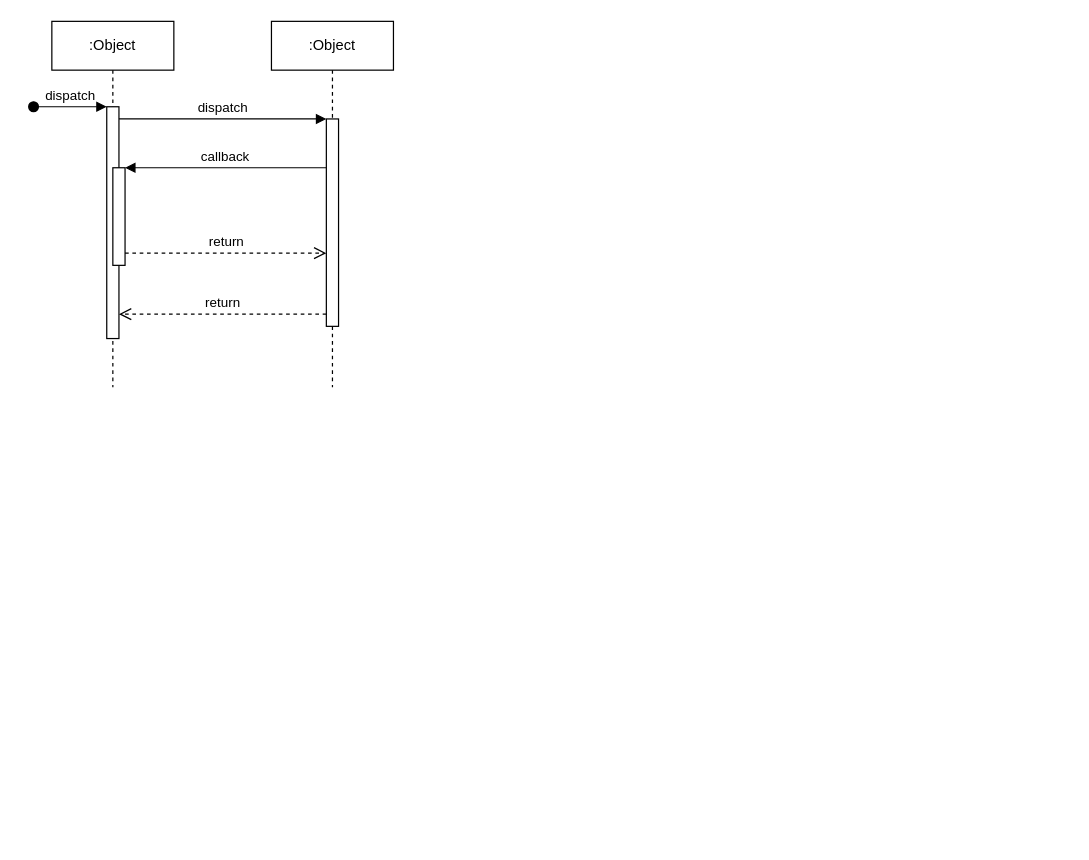
Before: doc/未命名绘图.drawio in miniants/mini-boot, a draw.io diagram. Source tidied: cells renumbered, new cells numbered last; positions are measured from the earlier drawing's top-left corner, leaving out a move shared by most shapes. Both pictures are drawn from the tidied source at 122%, with x=0, y=0 at pixel (33, 21).
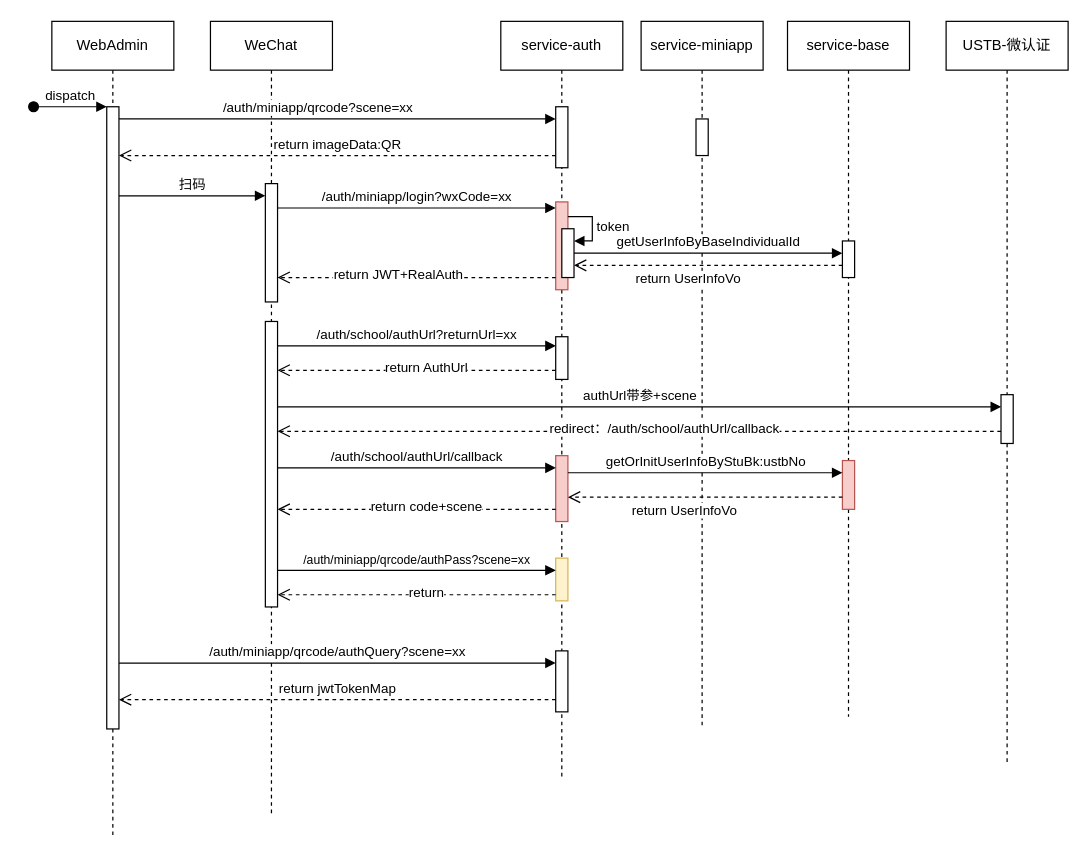
The same diagram, later.

Commit message:
更新未命名绘图.drawio

The edit, as a diff of the source:
```diff
@@
-    <mxCell id="2" value=":Object" style="shape=umlLifeline;perimeter=lifelinePerimeter;whiteSpace=wrap;html=1;newEdgeStyle={&quot;edgeStyle&quot;:&quot;elbowEdgeStyle&quot;,&quot;elbow&quot;:&quot;vertical&quot;,&quot;curved&quot;:0,&quot;rounded&quot;:0};" parent="1" vertex="1">
-      <mxGeometry x="15" width="100" height="300" as="geometry" />
+    <mxCell id="2" value="WebAdmin" style="shape=umlLifeline;perimeter=lifelinePerimeter;whiteSpace=wrap;html=1;newEdgeStyle={&quot;edgeStyle&quot;:&quot;elbowEdgeStyle&quot;,&quot;elbow&quot;:&quot;vertical&quot;,&quot;curved&quot;:0,&quot;rounded&quot;:0};" parent="1" vertex="1">
+      <mxGeometry x="15" width="100" height="670" as="geometry" />
     </mxCell>
     <mxCell id="3" style="html=1;points=[];perimeter=orthogonalPerimeter;outlineConnect=0;targetShapes=umlLifeline;portConstraint=eastwest;newEdgeStyle={&quot;edgeStyle&quot;:&quot;elbowEdgeStyle&quot;,&quot;elbow&quot;:&quot;vertical&quot;,&quot;curved&quot;:0,&quot;rounded&quot;:0};" parent="2" vertex="1">
-      <mxGeometry x="45" y="70" width="10" height="190" as="geometry" />
+      <mxGeometry x="45" y="70" width="10" height="510" as="geometry" />
     </mxCell>
@@
-    <mxCell id="5" style="html=1;points=[];perimeter=orthogonalPerimeter;outlineConnect=0;targetShapes=umlLifeline;portConstraint=eastwest;newEdgeStyle={&quot;edgeStyle&quot;:&quot;elbowEdgeStyle&quot;,&quot;elbow&quot;:&quot;vertical&quot;,&quot;curved&quot;:0,&quot;rounded&quot;:0};" parent="2" vertex="1">
-      <mxGeometry x="50" y="120" width="10" height="80" as="geometry" />
-    </mxCell>
-    <mxCell id="6" value=":Object" style="shape=umlLifeline;perimeter=lifelinePerimeter;whiteSpace=wrap;html=1;newEdgeStyle={&quot;edgeStyle&quot;:&quot;elbowEdgeStyle&quot;,&quot;elbow&quot;:&quot;vertical&quot;,&quot;curved&quot;:0,&quot;rounded&quot;:0};" parent="1" vertex="1">
-      <mxGeometry x="195" width="100" height="300" as="geometry" />
+    <mxCell id="6" value="WeChat" style="shape=umlLifeline;perimeter=lifelinePerimeter;whiteSpace=wrap;html=1;newEdgeStyle={&quot;edgeStyle&quot;:&quot;elbowEdgeStyle&quot;,&quot;elbow&quot;:&quot;vertical&quot;,&quot;curved&quot;:0,&quot;rounded&quot;:0};" parent="1" vertex="1">
+      <mxGeometry x="145" width="100" height="650" as="geometry" />
     </mxCell>
     <mxCell id="7" style="html=1;points=[];perimeter=orthogonalPerimeter;outlineConnect=0;targetShapes=umlLifeline;portConstraint=eastwest;newEdgeStyle={&quot;edgeStyle&quot;:&quot;elbowEdgeStyle&quot;,&quot;elbow&quot;:&quot;vertical&quot;,&quot;curved&quot;:0,&quot;rounded&quot;:0};" parent="6" vertex="1">
-      <mxGeometry x="45" y="80" width="10" height="170" as="geometry" />
+      <mxGeometry x="45" y="133" width="10" height="97" as="geometry" />
     </mxCell>
+    <mxCell id="12" style="html=1;points=[];perimeter=orthogonalPerimeter;outlineConnect=0;targetShapes=umlLifeline;portConstraint=eastwest;newEdgeStyle={&quot;edgeStyle&quot;:&quot;elbowEdgeStyle&quot;,&quot;elbow&quot;:&quot;vertical&quot;,&quot;curved&quot;:0,&quot;rounded&quot;:0};" parent="6" vertex="1">
+      <mxGeometry x="45" y="246" width="10" height="234" as="geometry" />
+    </mxCell>
-    <mxCell id="8" value="dispatch" style="html=1;verticalAlign=bottom;endArrow=block;edgeStyle=elbowEdgeStyle;elbow=vertical;curved=0;rounded=0;" parent="1" edge="1" source="3" target="7">
-      <mxGeometry relative="1" as="geometry">
+    <mxCell id="8" value="/auth/miniapp/qrcode?scene=xx" style="html=1;verticalAlign=bottom;endArrow=block;edgeStyle=elbowEdgeStyle;elbow=vertical;curved=0;rounded=0;" parent="1" edge="1" source="3" target="14">
+      <mxGeometry x="-0.09" relative="1" as="geometry">
         <Array as="points">
           <mxPoint x="155" y="80" />
         </Array>
       </mxGeometry>
     </mxCell>
-    <mxCell id="9" value="return" style="html=1;verticalAlign=bottom;endArrow=open;dashed=1;endSize=8;edgeStyle=elbowEdgeStyle;elbow=vertical;curved=0;rounded=0;" parent="1" edge="1" source="7" target="3">
+    <mxCell id="9" value="return imageData:QR" style="html=1;verticalAlign=bottom;endArrow=open;dashed=1;endSize=8;edgeStyle=elbowEdgeStyle;elbow=vertical;curved=0;rounded=0;" parent="1" edge="1" source="14" target="3">
       <mxGeometry relative="1" as="geometry">
         <Array as="points">
+          <mxPoint x="155" y="110" />
           <mxPoint x="165" y="240" />
         </Array>
       </mxGeometry>
     </mxCell>
-    <mxCell id="10" value="callback" style="html=1;verticalAlign=bottom;endArrow=block;edgeStyle=elbowEdgeStyle;elbow=vertical;curved=0;rounded=0;" parent="1" edge="1" source="7" target="5">
-      <mxGeometry relative="1" as="geometry">
-        <Array as="points">
-          <mxPoint x="165" y="120" />
-        </Array>
-      </mxGeometry>
-    </mxCell>
+    <mxCell id="13" value="service-auth" style="shape=umlLifeline;perimeter=lifelinePerimeter;whiteSpace=wrap;html=1;newEdgeStyle={&quot;edgeStyle&quot;:&quot;elbowEdgeStyle&quot;,&quot;elbow&quot;:&quot;vertical&quot;,&quot;curved&quot;:0,&quot;rounded&quot;:0};" parent="1" vertex="1">
+      <mxGeometry x="383" width="100" height="620" as="geometry" />
+    </mxCell>
+    <mxCell id="14" style="html=1;points=[];perimeter=orthogonalPerimeter;outlineConnect=0;targetShapes=umlLifeline;portConstraint=eastwest;newEdgeStyle={&quot;edgeStyle&quot;:&quot;elbowEdgeStyle&quot;,&quot;elbow&quot;:&quot;vertical&quot;,&quot;curved&quot;:0,&quot;rounded&quot;:0};" parent="13" vertex="1">
+      <mxGeometry x="45" y="70" width="10" height="50" as="geometry" />
+    </mxCell>
+    <mxCell id="15" style="html=1;points=[];perimeter=orthogonalPerimeter;outlineConnect=0;targetShapes=umlLifeline;portConstraint=eastwest;newEdgeStyle={&quot;edgeStyle&quot;:&quot;elbowEdgeStyle&quot;,&quot;elbow&quot;:&quot;vertical&quot;,&quot;curved&quot;:0,&quot;rounded&quot;:0};" parent="13" vertex="1">
+      <mxGeometry x="45" y="516" width="10" height="50" as="geometry" />
+    </mxCell>
+    <mxCell id="16" style="html=1;points=[];perimeter=orthogonalPerimeter;outlineConnect=0;targetShapes=umlLifeline;portConstraint=eastwest;newEdgeStyle={&quot;edgeStyle&quot;:&quot;elbowEdgeStyle&quot;,&quot;elbow&quot;:&quot;vertical&quot;,&quot;curved&quot;:0,&quot;rounded&quot;:0};fillColor=#f8cecc;strokeColor=#b85450;" parent="13" vertex="1">
+      <mxGeometry x="45" y="148" width="10" height="72" as="geometry" />
+    </mxCell>
+    <mxCell id="17" style="html=1;points=[];perimeter=orthogonalPerimeter;outlineConnect=0;targetShapes=umlLifeline;portConstraint=eastwest;newEdgeStyle={&quot;edgeStyle&quot;:&quot;elbowEdgeStyle&quot;,&quot;elbow&quot;:&quot;vertical&quot;,&quot;curved&quot;:0,&quot;rounded&quot;:0};" parent="13" vertex="1">
+      <mxGeometry x="45" y="258.5" width="10" height="35" as="geometry" />
+    </mxCell>
+    <mxCell id="18" style="html=1;points=[];perimeter=orthogonalPerimeter;outlineConnect=0;targetShapes=umlLifeline;portConstraint=eastwest;newEdgeStyle={&quot;edgeStyle&quot;:&quot;elbowEdgeStyle&quot;,&quot;elbow&quot;:&quot;vertical&quot;,&quot;curved&quot;:0,&quot;rounded&quot;:0};fillColor=#f8cecc;strokeColor=#b85450;" parent="13" vertex="1">
+      <mxGeometry x="45" y="356" width="10" height="54" as="geometry" />
+    </mxCell>
+    <mxCell id="19" style="html=1;points=[];perimeter=orthogonalPerimeter;outlineConnect=0;targetShapes=umlLifeline;portConstraint=eastwest;newEdgeStyle={&quot;edgeStyle&quot;:&quot;elbowEdgeStyle&quot;,&quot;elbow&quot;:&quot;vertical&quot;,&quot;curved&quot;:0,&quot;rounded&quot;:0};" parent="13" vertex="1">
+      <mxGeometry x="50" y="170" width="10" height="40" as="geometry" />
+    </mxCell>
+    <mxCell id="20" value="token" style="html=1;align=left;spacingLeft=2;endArrow=block;rounded=0;edgeStyle=orthogonalEdgeStyle;curved=0;rounded=0;" parent="13" edge="1" source="16" target="19">
+      <mxGeometry relative="1" as="geometry">
+        <Array as="points">
+          <mxPoint x="75" y="160" />
+          <mxPoint x="75" y="180" />
+        </Array>
+      </mxGeometry>
+    </mxCell>
+    <mxCell id="21" style="html=1;points=[];perimeter=orthogonalPerimeter;outlineConnect=0;targetShapes=umlLifeline;portConstraint=eastwest;newEdgeStyle={&quot;edgeStyle&quot;:&quot;elbowEdgeStyle&quot;,&quot;elbow&quot;:&quot;vertical&quot;,&quot;curved&quot;:0,&quot;rounded&quot;:0};fillColor=#fff2cc;strokeColor=#d6b656;" parent="13" vertex="1">
+      <mxGeometry x="45" y="440" width="10" height="35" as="geometry" />
+    </mxCell>
+    <mxCell id="22" value="service-miniapp" style="shape=umlLifeline;perimeter=lifelinePerimeter;whiteSpace=wrap;html=1;newEdgeStyle={&quot;edgeStyle&quot;:&quot;elbowEdgeStyle&quot;,&quot;elbow&quot;:&quot;vertical&quot;,&quot;curved&quot;:0,&quot;rounded&quot;:0};" parent="1" vertex="1">
+      <mxGeometry x="498" width="100" height="580" as="geometry" />
+    </mxCell>
+    <mxCell id="23" style="html=1;perimeter=orthogonalPerimeter;targetShapes=umlLifeline;newEdgeStyle={&quot;edgeStyle&quot;:&quot;elbowEdgeStyle&quot;,&quot;elbow&quot;:&quot;vertical&quot;,&quot;curved&quot;:0,&quot;rounded&quot;:0};" parent="22" vertex="1">
+      <mxGeometry x="45" y="80" width="10" height="30" as="geometry" />
+    </mxCell>
+    <mxCell id="24" value="service-base" style="shape=umlLifeline;perimeter=lifelinePerimeter;whiteSpace=wrap;html=1;newEdgeStyle={&quot;edgeStyle&quot;:&quot;elbowEdgeStyle&quot;,&quot;elbow&quot;:&quot;vertical&quot;,&quot;curved&quot;:0,&quot;rounded&quot;:0};" parent="1" vertex="1">
+      <mxGeometry x="618" width="100" height="570" as="geometry" />
+    </mxCell>
+    <mxCell id="25" style="html=1;points=[];perimeter=orthogonalPerimeter;outlineConnect=0;targetShapes=umlLifeline;portConstraint=eastwest;newEdgeStyle={&quot;edgeStyle&quot;:&quot;elbowEdgeStyle&quot;,&quot;elbow&quot;:&quot;vertical&quot;,&quot;curved&quot;:0,&quot;rounded&quot;:0};" parent="24" vertex="1">
+      <mxGeometry x="45" y="180" width="10" height="30" as="geometry" />
+    </mxCell>
+    <mxCell id="26" style="html=1;points=[];perimeter=orthogonalPerimeter;outlineConnect=0;targetShapes=umlLifeline;portConstraint=eastwest;newEdgeStyle={&quot;edgeStyle&quot;:&quot;elbowEdgeStyle&quot;,&quot;elbow&quot;:&quot;vertical&quot;,&quot;curved&quot;:0,&quot;rounded&quot;:0};fillColor=#f8cecc;strokeColor=#b85450;" parent="24" vertex="1">
+      <mxGeometry x="45" y="360" width="10" height="40" as="geometry" />
+    </mxCell>
+    <mxCell id="27" value="/auth/miniapp/qrcode/authQuery?scene=xx" style="html=1;verticalAlign=bottom;endArrow=block;edgeStyle=elbowEdgeStyle;elbow=vertical;curved=0;rounded=0;" parent="1" edge="1" target="15">
+      <mxGeometry relative="1" as="geometry">
+        <mxPoint x="70" y="526" as="sourcePoint" />
+        <Array as="points">
+          <mxPoint x="335" y="526" />
+        </Array>
+      </mxGeometry>
+    </mxCell>
+    <mxCell id="28" value="return&amp;nbsp;jwtTokenMap" style="html=1;verticalAlign=bottom;endArrow=open;dashed=1;endSize=8;edgeStyle=elbowEdgeStyle;elbow=vertical;curved=0;rounded=0;" parent="1" edge="1" source="15">
+      <mxGeometry relative="1" as="geometry">
+        <mxPoint x="70" y="556" as="targetPoint" />
+        <Array as="points">
+          <mxPoint x="160" y="556" />
+          <mxPoint x="170" y="686" />
+        </Array>
+      </mxGeometry>
+    </mxCell>
+    <mxCell id="29" value="扫码" style="html=1;verticalAlign=bottom;endArrow=block;edgeStyle=elbowEdgeStyle;elbow=vertical;curved=0;rounded=0;" parent="1" edge="1" target="7">
+      <mxGeometry relative="1" as="geometry">
+        <mxPoint x="70" y="143" as="sourcePoint" />
+        <Array as="points">
+          <mxPoint x="155" y="143" />
+        </Array>
+      </mxGeometry>
+    </mxCell>
+    <mxCell id="30" value="return JWT+RealAuth" style="html=1;verticalAlign=bottom;endArrow=open;dashed=1;endSize=8;edgeStyle=elbowEdgeStyle;elbow=vertical;curved=0;rounded=0;" parent="1" edge="1" source="16" target="7">
+      <mxGeometry x="0.13" y="7" relative="1" as="geometry">
+        <Array as="points">
+          <mxPoint x="295" y="210" />
+        </Array>
+      </mxGeometry>
+    </mxCell>
+    <mxCell id="31" value="/auth/miniapp/login?wxCode=xx" style="html=1;verticalAlign=bottom;endArrow=block;edgeStyle=elbowEdgeStyle;elbow=vertical;curved=0;rounded=0;" parent="1" edge="1" source="7" target="16">
+      <mxGeometry relative="1" as="geometry">
+        <Array as="points">
+          <mxPoint x="290" y="153" />
+        </Array>
+      </mxGeometry>
+    </mxCell>
+    <mxCell id="32" value="USTB-微认证" style="shape=umlLifeline;perimeter=lifelinePerimeter;whiteSpace=wrap;html=1;newEdgeStyle={&quot;edgeStyle&quot;:&quot;elbowEdgeStyle&quot;,&quot;elbow&quot;:&quot;vertical&quot;,&quot;curved&quot;:0,&quot;rounded&quot;:0};" parent="1" vertex="1">
+      <mxGeometry x="748" width="100" height="610" as="geometry" />
+    </mxCell>
+    <mxCell id="33" style="html=1;points=[];perimeter=orthogonalPerimeter;outlineConnect=0;targetShapes=umlLifeline;portConstraint=eastwest;newEdgeStyle={&quot;edgeStyle&quot;:&quot;elbowEdgeStyle&quot;,&quot;elbow&quot;:&quot;vertical&quot;,&quot;curved&quot;:0,&quot;rounded&quot;:0};" parent="32" vertex="1">
+      <mxGeometry x="45" y="306" width="10" height="40" as="geometry" />
+    </mxCell>
+    <mxCell id="34" value="/auth/school/authUrl?returnUrl=xx" style="html=1;verticalAlign=bottom;endArrow=block;edgeStyle=elbowEdgeStyle;elbow=vertical;curved=0;rounded=0;" parent="1" edge="1" source="12" target="17">
+      <mxGeometry relative="1" as="geometry">
+        <Array as="points">
+          <mxPoint x="275" y="266" />
+          <mxPoint x="290" y="196" />
+        </Array>
+      </mxGeometry>
+    </mxCell>
+    <mxCell id="35" value="return AuthUrl" style="html=1;verticalAlign=bottom;endArrow=open;dashed=1;endSize=8;edgeStyle=elbowEdgeStyle;elbow=vertical;curved=0;rounded=0;" parent="1" edge="1" source="17" target="12">
+      <mxGeometry x="-0.07" y="7" relative="1" as="geometry">
+        <Array as="points">
+          <mxPoint x="300" y="286" />
+        </Array>
+      </mxGeometry>
+    </mxCell>
+    <mxCell id="36" value="authUrl带参+scene" style="html=1;verticalAlign=bottom;endArrow=block;edgeStyle=elbowEdgeStyle;elbow=vertical;curved=0;rounded=0;" parent="1" edge="1" source="12" target="33">
+      <mxGeometry relative="1" as="geometry">
+        <Array as="points">
+          <mxPoint x="280" y="316" />
+          <mxPoint x="295" y="246" />
+        </Array>
+      </mxGeometry>
+    </mxCell>
+    <mxCell id="37" value="redirect：/auth/school/authUrl/callback" style="html=1;verticalAlign=bottom;endArrow=open;dashed=1;endSize=8;edgeStyle=elbowEdgeStyle;elbow=vertical;curved=0;rounded=0;" parent="1" edge="1" source="33" target="12">
+      <mxGeometry x="-0.07" y="7" relative="1" as="geometry">
+        <Array as="points">
+          <mxPoint x="545" y="336" />
+        </Array>
+      </mxGeometry>
+    </mxCell>
+    <mxCell id="38" value="/auth/school/authUrl/callback" style="html=1;verticalAlign=bottom;endArrow=block;edgeStyle=elbowEdgeStyle;elbow=vertical;curved=0;rounded=0;" parent="1" edge="1" source="12" target="18">
+      <mxGeometry relative="1" as="geometry">
+        <Array as="points">
+          <mxPoint x="270" y="366" />
+          <mxPoint x="285" y="296" />
+        </Array>
+      </mxGeometry>
+    </mxCell>
+    <mxCell id="39" value="return code+scene" style="html=1;verticalAlign=bottom;endArrow=open;dashed=1;endSize=8;edgeStyle=elbowEdgeStyle;elbow=vertical;curved=0;rounded=0;" parent="1" edge="1" source="18" target="12">
+      <mxGeometry x="-0.07" y="7" relative="1" as="geometry">
+        <Array as="points">
+          <mxPoint x="395" y="400" />
+          <mxPoint x="295" y="386" />
+        </Array>
+      </mxGeometry>
+    </mxCell>
+    <mxCell id="40" value="getUserInfoByBaseIndividualId" style="html=1;verticalAlign=bottom;endArrow=block;edgeStyle=elbowEdgeStyle;elbow=vertical;curved=0;rounded=0;" parent="1" edge="1" source="19" target="25">
+      <mxGeometry relative="1" as="geometry">
+        <Array as="points">
+          <mxPoint x="528" y="190" />
+          <mxPoint x="543" y="120" />
+        </Array>
+      </mxGeometry>
+    </mxCell>
+    <mxCell id="41" value="return&amp;nbsp;UserInfoVo&amp;nbsp;" style="html=1;verticalAlign=bottom;endArrow=open;dashed=1;endSize=8;edgeStyle=elbowEdgeStyle;elbow=vertical;curved=0;rounded=0;" parent="1" edge="1" source="25" target="19">
+      <mxGeometry x="0.14" y="20" relative="1" as="geometry">
+        <Array as="points">
+          <mxPoint x="545.5" y="200" />
+        </Array>
+      </mxGeometry>
+    </mxCell>
+    <mxCell id="42" value="&lt;font style=&quot;font-size: 10px;&quot;&gt;/auth/miniapp/qrcode/authPass?scene=xx&lt;/font&gt;" style="html=1;verticalAlign=bottom;endArrow=block;edgeStyle=elbowEdgeStyle;elbow=vertical;curved=0;rounded=0;" parent="1" edge="1" source="12" target="21">
+      <mxGeometry relative="1" as="geometry">
+        <Array as="points">
+          <mxPoint x="303" y="450" />
+          <mxPoint x="318" y="380" />
+        </Array>
+      </mxGeometry>
+    </mxCell>
-    <mxCell id="11" value="return" style="html=1;verticalAlign=bottom;endArrow=open;dashed=1;endSize=8;edgeStyle=elbowEdgeStyle;elbow=vertical;curved=0;rounded=0;" parent="1" edge="1" source="5" target="7">
-      <mxGeometry relative="1" as="geometry">
+    <mxCell id="11" value="return" style="html=1;verticalAlign=bottom;endArrow=open;dashed=1;endSize=8;edgeStyle=elbowEdgeStyle;elbow=vertical;curved=0;rounded=0;" parent="1" edge="1" source="21" target="12">
+      <mxGeometry x="-0.07" y="7" relative="1" as="geometry">
         <Array as="points">
-          <mxPoint x="155" y="190" />
+          <mxPoint x="328" y="470" />
         </Array>
       </mxGeometry>
     </mxCell>
+    <mxCell id="43" value="&lt;font style=&quot;font-size: 11px;&quot;&gt;getOrInitUserInfoByStuBk:ustbNo&lt;/font&gt;" style="html=1;verticalAlign=bottom;endArrow=block;edgeStyle=elbowEdgeStyle;elbow=vertical;curved=0;rounded=0;" parent="1" edge="1" source="18" target="26">
+      <mxGeometry relative="1" as="geometry">
+        <Array as="points">
+          <mxPoint x="575" y="370" />
+          <mxPoint x="523" y="360" />
+          <mxPoint x="538" y="290" />
+        </Array>
+      </mxGeometry>
+    </mxCell>
+    <mxCell id="44" value="return&amp;nbsp;UserInfoVo&amp;nbsp;" style="html=1;verticalAlign=bottom;endArrow=open;dashed=1;endSize=8;edgeStyle=elbowEdgeStyle;elbow=vertical;curved=0;rounded=0;" parent="1" edge="1" source="26">
+      <mxGeometry x="0.14" y="20" relative="1" as="geometry">
+        <mxPoint x="438" y="390" as="targetPoint" />
+        <Array as="points">
+          <mxPoint x="540.5" y="390" />
+        </Array>
+      </mxGeometry>
+    </mxCell>
```
